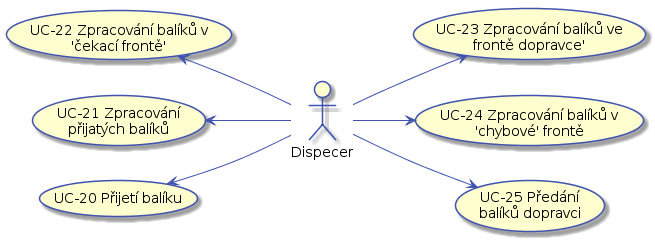
Above: docs/diagrams/out/ucs-dispecer.png in Internet-Handel/postman (PlantUML), before the change. The source it was exported from:
```plantuml
@startuml

skinparam activity {
    BorderColor #4053AF
    ArrowColor #4053AF
    FontName Roboto
}

skinparam activityDiamond {
    BorderColor #4053AF
    ArrowColor #4053AF
    FontName Roboto
}

skinparam actor {
    BorderColor #4053AF
    ArrowColor #4053AF
    FontName Roboto
}

skinparam useCase {
    BorderColor #4053AF
    ArrowColor #4053AF
    FontName Roboto
}
left to right direction

actor :Dispecer: as dispecer

(UC-20 Přijetí balíku) as (UC-20)
(UC-21 Zpracování\npřijatých balíků) as (UC-21)
(UC-22 Zpracování balíků v\n'čekací frontě') as (UC-22)
(UC-23 Zpracování balíků ve\nfrontě dopravce') as (UC-23)
(UC-24 Zpracování balíků v\n'chybové' frontě) as (UC-24)
(UC-25 Předání\nbalíků dopravci) as (UC-25)

dispecer -up-> (UC-20)
dispecer -up-> (UC-21)
dispecer -up-> (UC-22)
dispecer --> (UC-23)
dispecer --> (UC-24)
dispecer --> (UC-25)
@enduml
```
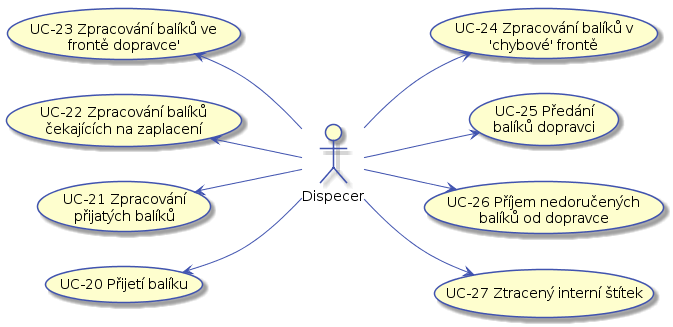
After the change.

Change to the diagram source:
```diff
@@ -1,4 +1,5 @@
 @startuml
+
 
 skinparam activity {
     BorderColor #4053AF
@@ -23,21 +24,33 @@
     ArrowColor #4053AF
     FontName Roboto
 }
+
+skinparam state {
+    BorderColor #4053AF
+    ArrowColor #4053AF
+    FontName Roboto
+}
+
+
 left to right direction
 
 actor :Dispecer: as dispecer
 
 (UC-20 Přijetí balíku) as (UC-20)
 (UC-21 Zpracování\npřijatých balíků) as (UC-21)
-(UC-22 Zpracování balíků v\n'čekací frontě') as (UC-22)
+(UC-22 Zpracování balíků\nčekajících na zaplacení) as (UC-22)
 (UC-23 Zpracování balíků ve\nfrontě dopravce') as (UC-23)
 (UC-24 Zpracování balíků v\n'chybové' frontě) as (UC-24)
 (UC-25 Předání\nbalíků dopravci) as (UC-25)
+(UC-26 Příjem nedoručených\nbalíků od dopravce) as (UC-26)
+(UC-27 Ztracený interní štítek) as (UC-27)
 
 dispecer -up-> (UC-20)
 dispecer -up-> (UC-21)
 dispecer -up-> (UC-22)
-dispecer --> (UC-23)
+dispecer -up-> (UC-23)
 dispecer --> (UC-24)
 dispecer --> (UC-25)
+dispecer --> (UC-26)
+dispecer --> (UC-27)
 @enduml
```
